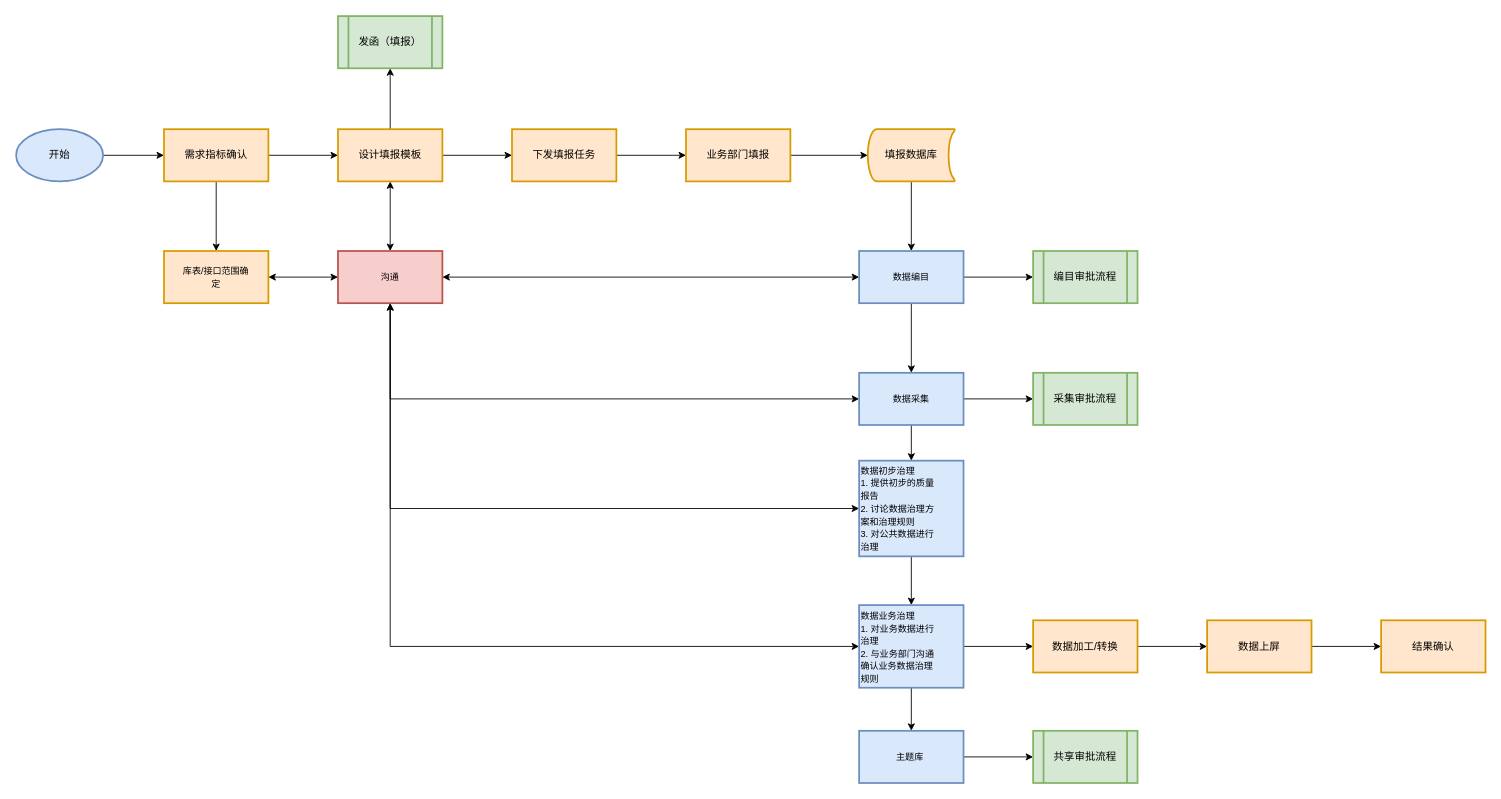
Earlier version of the draw.io diagram uml/未命名绘图.drawio (CIKE-peaked/mylib). Source tidied: cells renumbered, new cells numbered last; positions are measured from the earlier drawing's top-left corner, leaving out a move shared by most shapes. Both pictures are drawn from the tidied source at 87%, with x=0, y=0 at pixel (16, 16).
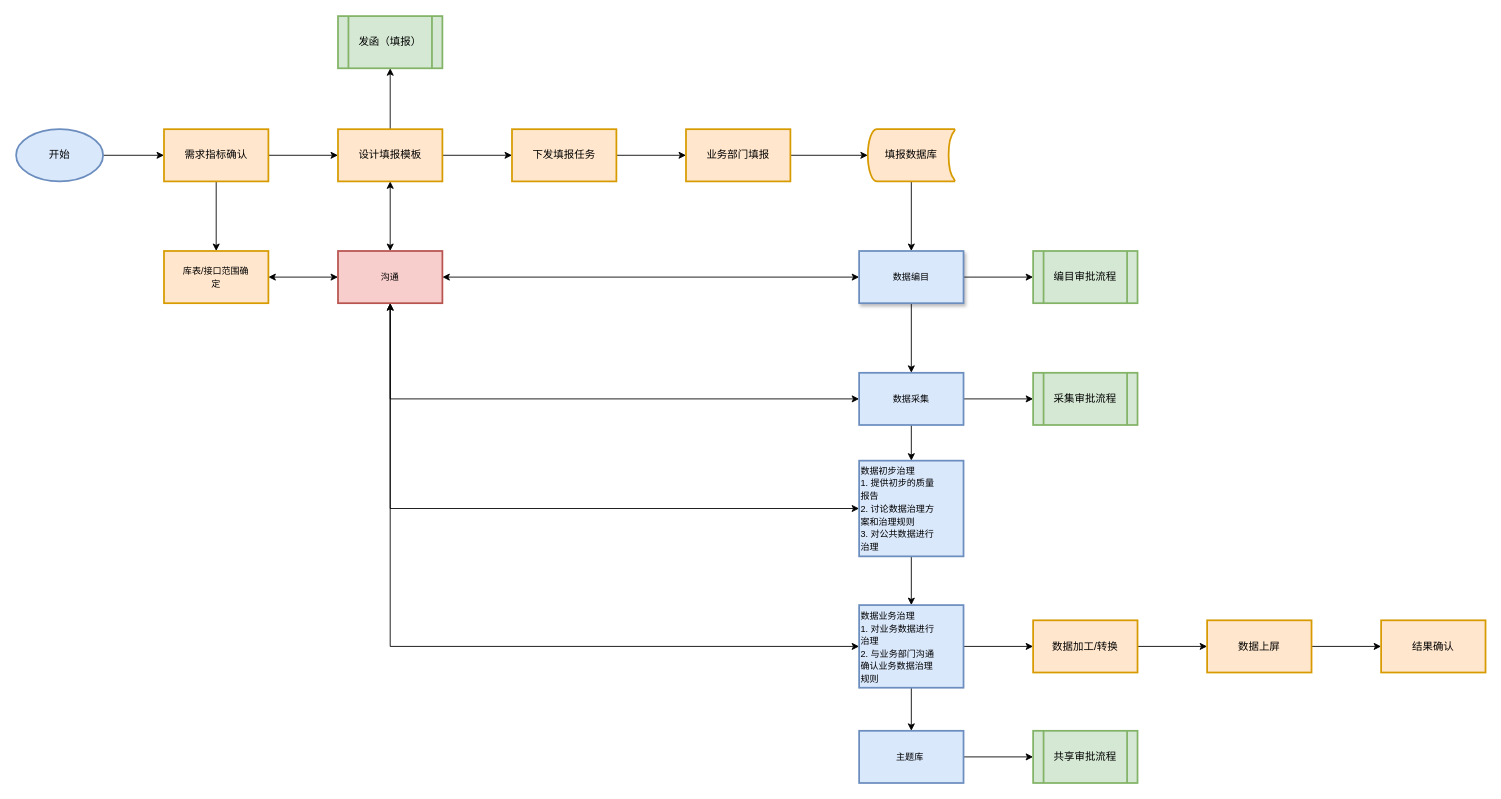
The same page after the edit.

Change to the diagram source:
```diff
@@
-    <mxCell id="26" value="&lt;div&gt;&lt;font face=&quot;榛戜綋&quot;&gt;&lt;span style=&quot;font-size: 10.4px;&quot;&gt;数据编目&lt;/span&gt;&lt;/font&gt;&lt;/div&gt;" style="whiteSpace=wrap;html=1;fillColor=#dae8fc;strokeColor=#6c8ebf;strokeWidth=2;" parent="1" vertex="1">
+    <mxCell id="26" value="&lt;div&gt;&lt;font face=&quot;榛戜綋&quot;&gt;&lt;span style=&quot;font-size: 10.4px;&quot;&gt;数据编目&lt;/span&gt;&lt;/font&gt;&lt;/div&gt;" style="whiteSpace=wrap;html=1;fillColor=#dae8fc;strokeColor=#6c8ebf;strokeWidth=2;gradientColor=none;shadow=1;rounded=0;glass=0;" parent="1" vertex="1">
       <mxGeometry x="969" y="270" width="120" height="60" as="geometry" />
     </mxCell>
```
